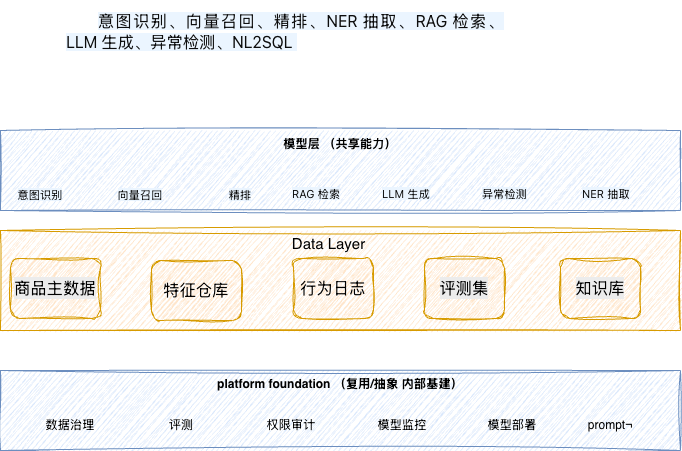
China-li-bai/draw keeps this draw.io diagram as 保利-AI 专项总体蓝图.drawio.png. Above is the earlier version. Source tidied: cells renumbered, new cells last; positions are measured from the earlier drawing's top-left corner, leaving out a move shared by most shapes.
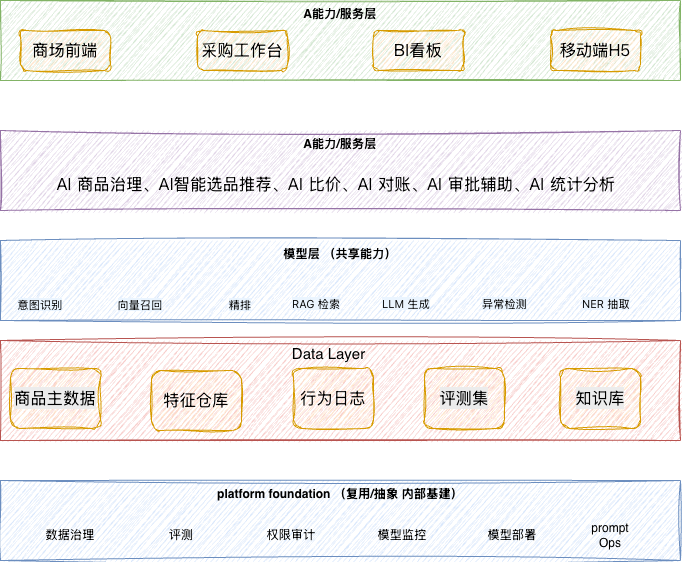
Above is the later version.

Commit message:
更新保利-AI 专项总体蓝图.drawio.png

The edit, as a diff of the source:
```diff
@@ -2,7 +2,7 @@
   <root>
     <mxCell id="0" />
     <mxCell id="1" parent="0" />
-    <mxCell id="2" style="rounded=0;whiteSpace=wrap;html=1;sketch=1;curveFitting=1;jiggle=2;fillColor=#ffe6cc;strokeColor=#d79b00;" parent="1" vertex="1">
+    <mxCell id="2" style="rounded=0;whiteSpace=wrap;html=1;sketch=1;curveFitting=1;jiggle=2;fillColor=#f8cecc;strokeColor=#b85450;" parent="1" vertex="1">
       <mxGeometry y="230" width="680" height="100" as="geometry" />
     </mxCell>
     <mxCell id="3" value="&lt;meta charset=&quot;utf-8&quot;&gt;&lt;span style=&quot;color: rgb(0, 0, 0); font-family: 宋体; font-size: 16px; font-style: normal; font-variant-ligatures: normal; font-variant-caps: normal; font-weight: 400; letter-spacing: normal; orphans: 2; text-align: justify; text-indent: 32px; text-transform: none; widows: 2; word-spacing: 0px; -webkit-text-stroke-width: 0px; white-space: normal; background-color: rgb(236, 236, 236); text-decoration-thickness: initial; text-decoration-style: initial; text-decoration-color: initial; display: inline !important; float: none;&quot;&gt;商品主数据&lt;/span&gt;" style="rounded=1;whiteSpace=wrap;html=1;fillColor=#ffe6cc;strokeColor=#d79b00;sketch=1;curveFitting=1;jiggle=2;" parent="1" vertex="1">
@@ -32,16 +32,13 @@
     <mxCell id="11" value="模型部署" style="text;html=1;whiteSpace=wrap;strokeColor=none;fillColor=none;align=center;verticalAlign=middle;rounded=0;" parent="1" vertex="1">
       <mxGeometry x="482" y="410" width="60" height="30" as="geometry" />
     </mxCell>
-    <mxCell id="12" value="&lt;div&gt;&lt;/div&gt;&lt;div class=&quot;document&quot;&gt;&lt;div class=&quot;section&quot;&gt;&lt;p class=&quot;paragraph text-align-type-justify&quot; style=&quot;text-align:justify;line-height:1.3;margin-top:3pt;margin-bottom:4pt;text-indent:24pt;margin-left:0pt;margin-right:0pt&quot;&gt;&lt;span style=&quot;color: rgb(13, 13, 13); font-family: -apple-system, &amp;quot;system-ui&amp;quot;, &amp;quot;PingFang SC&amp;quot;, &amp;quot;Hiragino Sans GB&amp;quot;, &amp;quot;Hiragino Sans&amp;quot;, &amp;quot;SF Pro Text&amp;quot;, system-ui, &amp;quot;Noto Sans SC&amp;quot;, &amp;quot;Helvetica Neue&amp;quot;, Helvetica, Arial, sans-serif; font-size: 16px; text-align: start; text-indent: 0px; white-space: pre-line; background-color: rgb(235, 245, 255);&quot;&gt;意图识别、向量召回、精排、NER&amp;nbsp;抽取、RAG&amp;nbsp;检索、LLM&amp;nbsp;生成、异常检测、NL2SQL&amp;nbsp;&lt;/span&gt;&lt;/p&gt;&lt;/div&gt;&lt;/div&gt;" style="text;whiteSpace=wrap;html=1;" parent="1" vertex="1">
-      <mxGeometry x="64" width="440" height="50" as="geometry" />
-    </mxCell>
     <mxCell id="13" value="&lt;meta charset=&quot;utf-8&quot;&gt;&lt;span style=&quot;color: rgb(0, 0, 0); font-family: 宋体; font-size: 16px; font-style: normal; font-variant-ligatures: normal; font-variant-caps: normal; font-weight: 400; letter-spacing: normal; orphans: 2; text-align: justify; text-indent: 32px; text-transform: none; widows: 2; word-spacing: 0px; -webkit-text-stroke-width: 0px; white-space: normal; background-color: rgb(236, 236, 236); text-decoration-thickness: initial; text-decoration-style: initial; text-decoration-color: initial; display: inline !important; float: none;&quot;&gt;评测集&lt;/span&gt;" style="rounded=1;whiteSpace=wrap;html=1;fillColor=#ffe6cc;strokeColor=#d79b00;sketch=1;curveFitting=1;jiggle=2;" parent="1" vertex="1">
       <mxGeometry x="424" y="258" width="80" height="60" as="geometry" />
     </mxCell>
     <mxCell id="14" value="&lt;span style=&quot;color: rgb(0, 0, 0); font-family: 宋体; font-size: 16px; font-style: normal; font-variant-ligatures: normal; font-variant-caps: normal; font-weight: 400; letter-spacing: normal; orphans: 2; text-align: justify; text-indent: 32px; text-transform: none; widows: 2; word-spacing: 0px; -webkit-text-stroke-width: 0px; white-space: normal; background-color: rgb(236, 236, 236); text-decoration-thickness: initial; text-decoration-style: initial; text-decoration-color: initial; float: none; display: inline !important;&quot;&gt;知识库&lt;/span&gt;" style="rounded=1;whiteSpace=wrap;html=1;fillColor=#ffe6cc;strokeColor=#d79b00;sketch=1;curveFitting=1;jiggle=2;" parent="1" vertex="1">
       <mxGeometry x="560" y="258" width="80" height="60" as="geometry" />
     </mxCell>
-    <mxCell id="15" value="prompt¬" style="text;html=1;whiteSpace=wrap;strokeColor=none;fillColor=none;align=center;verticalAlign=middle;rounded=0;" parent="1" vertex="1">
+    <mxCell id="15" value="prompt Ops" style="text;html=1;whiteSpace=wrap;strokeColor=none;fillColor=none;align=center;verticalAlign=middle;rounded=0;" parent="1" vertex="1">
       <mxGeometry x="580" y="410" width="60" height="30" as="geometry" />
     </mxCell>
     <mxCell id="16" value="&lt;font style=&quot;font-size: 15px;&quot;&gt;Data Layer&lt;/font&gt;" style="text;html=1;whiteSpace=wrap;strokeColor=none;fillColor=none;align=center;verticalAlign=middle;rounded=0;" parent="1" vertex="1">
@@ -71,5 +68,26 @@
     <mxCell id="24" value="&lt;span style=&quot;color: rgb(13, 13, 13); font-family: -apple-system, &amp;quot;system-ui&amp;quot;, &amp;quot;PingFang SC&amp;quot;, &amp;quot;Hiragino Sans GB&amp;quot;, &amp;quot;Hiragino Sans&amp;quot;, &amp;quot;SF Pro Text&amp;quot;, system-ui, &amp;quot;Noto Sans SC&amp;quot;, &amp;quot;Helvetica Neue&amp;quot;, Helvetica, Arial, sans-serif; text-align: start; white-space: pre-line; background-color: rgb(235, 245, 255);&quot;&gt;意图识别&lt;/span&gt;" style="text;html=1;whiteSpace=wrap;strokeColor=none;fillColor=none;align=center;verticalAlign=middle;rounded=0;fontStyle=0;fontSize=11;" parent="1" vertex="1">
       <mxGeometry y="180" width="80" height="30" as="geometry" />
     </mxCell>
+    <mxCell id="25" value="A能力/服务层" style="rounded=0;whiteSpace=wrap;html=1;verticalAlign=top;fontStyle=1;sketch=1;curveFitting=1;jiggle=2;fillColor=#e1d5e7;strokeColor=#9673a6;" parent="1" vertex="1">
+      <mxGeometry y="20" width="680" height="80" as="geometry" />
+    </mxCell>
+    <mxCell id="26" value="&lt;div style=&quot;font-size: medium; text-align: start;&quot;&gt;&lt;/div&gt;&lt;div class=&quot;document&quot; style=&quot;font-size: medium; text-align: start;&quot;&gt;&lt;div class=&quot;section&quot;&gt;&lt;p class=&quot;paragraph text-align-type-justify&quot; style=&quot;margin: 3pt 0pt 4pt; text-align: justify; font-family: 等线; font-size: 12pt; line-height: 1.3; text-indent: 24pt;&quot;&gt;&lt;span style=&quot;font-size: 12pt; font-family: 宋体; letter-spacing: 0pt; vertical-align: baseline;&quot;&gt;AI 商品治理、AI智能选品推荐、AI 比价、AI 对账、AI 审批辅助、AI 统计分析&lt;/span&gt;&lt;/p&gt;&lt;/div&gt;&lt;/div&gt;" style="text;html=1;whiteSpace=wrap;strokeColor=none;fillColor=none;align=center;verticalAlign=middle;rounded=0;" parent="1" vertex="1">
+      <mxGeometry y="60" width="640" height="30" as="geometry" />
+    </mxCell>
+    <mxCell id="27" value="A能力/服务层" style="rounded=0;whiteSpace=wrap;html=1;verticalAlign=top;fontStyle=1;sketch=1;curveFitting=1;jiggle=2;fillColor=#d5e8d4;strokeColor=#82b366;" parent="1" vertex="1">
+      <mxGeometry y="-110" width="680" height="80" as="geometry" />
+    </mxCell>
+    <mxCell id="28" value="&lt;font face=&quot;宋体&quot;&gt;&lt;span style=&quot;font-size: 16px;&quot;&gt;移动端H5&lt;/span&gt;&lt;/font&gt;" style="rounded=1;whiteSpace=wrap;html=1;fillColor=#ffe6cc;strokeColor=#d79b00;sketch=1;curveFitting=1;jiggle=2;" parent="1" vertex="1">
+      <mxGeometry x="550" y="-80" width="90" height="40" as="geometry" />
+    </mxCell>
+    <mxCell id="29" value="&lt;font face=&quot;宋体&quot;&gt;&lt;span style=&quot;font-size: 16px;&quot;&gt;商场前端&lt;/span&gt;&lt;/font&gt;" style="rounded=1;whiteSpace=wrap;html=1;fillColor=#ffe6cc;strokeColor=#d79b00;sketch=1;curveFitting=1;jiggle=2;" parent="1" vertex="1">
+      <mxGeometry x="20" y="-80" width="90" height="40" as="geometry" />
+    </mxCell>
+    <mxCell id="30" value="&lt;font face=&quot;宋体&quot;&gt;&lt;span style=&quot;font-size: 16px;&quot;&gt;采购工作台&lt;/span&gt;&lt;/font&gt;" style="rounded=1;whiteSpace=wrap;html=1;fillColor=#ffe6cc;strokeColor=#d79b00;sketch=1;curveFitting=1;jiggle=2;" parent="1" vertex="1">
+      <mxGeometry x="197" y="-80" width="90" height="40" as="geometry" />
+    </mxCell>
+    <mxCell id="31" value="&lt;font face=&quot;宋体&quot;&gt;&lt;span style=&quot;font-size: 16px;&quot;&gt;BI看板&lt;/span&gt;&lt;/font&gt;" style="rounded=1;whiteSpace=wrap;html=1;fillColor=#ffe6cc;strokeColor=#d79b00;sketch=1;curveFitting=1;jiggle=2;" parent="1" vertex="1">
+      <mxGeometry x="373" y="-80" width="90" height="40" as="geometry" />
+    </mxCell>
   </root>
 </mxGraphModel>
```
